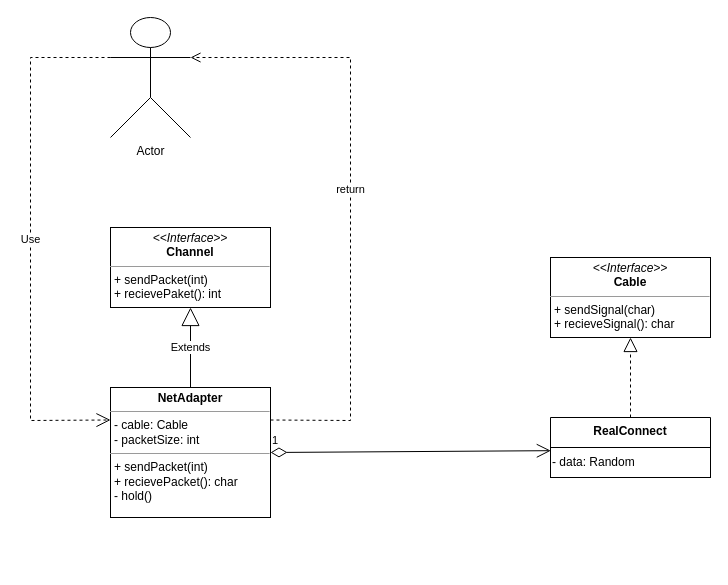
Above: src/structural/adapter/adapter.drawio in SichniyAndriy/Avada_Task-5_Patterns (draw.io), before the change. Source tidied: cells renumbered, new cells numbered last; positions are measured from the earlier drawing's top-left corner, leaving out a move shared by most shapes. Both pictures are drawn from the tidied source at 100%, with x=0, y=0 at pixel (30, 17).
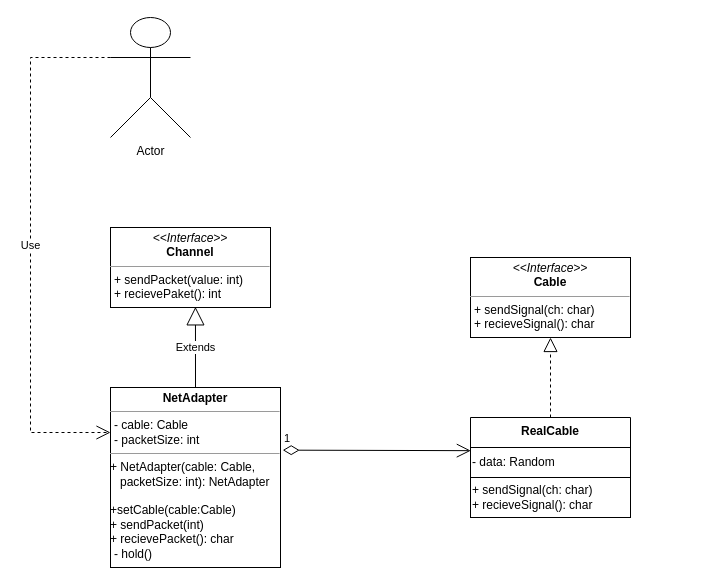
The same page after the edit.

Commit message:
fix adapter diagram

What changed in the source:
```diff
@@
 <mxGraphModel>
   <root>
     <mxCell id="0" />
     <mxCell id="1" parent="0" />
-    <mxCell id="2" value="&lt;p style=&quot;margin:0px;margin-top:4px;text-align:center;&quot;&gt;&lt;i&gt;&amp;lt;&amp;lt;Interface&amp;gt;&amp;gt;&lt;/i&gt;&lt;br&gt;&lt;b&gt;Cable&lt;/b&gt;&lt;/p&gt;&lt;hr size=&quot;1&quot;&gt;&lt;p style=&quot;margin:0px;margin-left:4px;&quot;&gt;+ sendSignal(char)&lt;/p&gt;&lt;p style=&quot;margin:0px;margin-left:4px;&quot;&gt;+ recieveSignal(): char&lt;/p&gt;&lt;p style=&quot;margin:0px;margin-left:4px;&quot;&gt;&lt;br&gt;&lt;/p&gt;" style="verticalAlign=top;align=left;overflow=fill;fontSize=12;fontFamily=Helvetica;html=1;" parent="1" vertex="1">
-      <mxGeometry x="520" y="240" width="160" height="80" as="geometry" />
+    <mxCell id="2" value="&lt;p style=&quot;margin:0px;margin-top:4px;text-align:center;&quot;&gt;&lt;i&gt;&amp;lt;&amp;lt;Interface&amp;gt;&amp;gt;&lt;/i&gt;&lt;br&gt;&lt;b&gt;Cable&lt;/b&gt;&lt;/p&gt;&lt;hr size=&quot;1&quot;&gt;&lt;p style=&quot;margin:0px;margin-left:4px;&quot;&gt;+ sendSignal(ch: char)&lt;/p&gt;&lt;p style=&quot;margin:0px;margin-left:4px;&quot;&gt;+ recieveSignal(): char&lt;/p&gt;&lt;p style=&quot;margin:0px;margin-left:4px;&quot;&gt;&lt;br&gt;&lt;/p&gt;" style="verticalAlign=top;align=left;overflow=fill;fontSize=12;fontFamily=Helvetica;html=1;" parent="1" vertex="1">
+      <mxGeometry x="440" y="240" width="160" height="80" as="geometry" />
     </mxCell>
-    <mxCell id="3" value="&lt;p style=&quot;margin:0px;margin-top:4px;text-align:center;&quot;&gt;&lt;i&gt;&amp;lt;&amp;lt;Interface&amp;gt;&amp;gt;&lt;/i&gt;&lt;br&gt;&lt;b&gt;Channel&lt;/b&gt;&lt;/p&gt;&lt;hr size=&quot;1&quot;&gt;&lt;p style=&quot;margin:0px;margin-left:4px;&quot;&gt;+ sendPacket(int)&lt;br&gt;+ recievePaket(): int&lt;/p&gt;" style="verticalAlign=top;align=left;overflow=fill;fontSize=12;fontFamily=Helvetica;html=1;" parent="1" vertex="1">
+    <mxCell id="3" value="&lt;p style=&quot;margin:0px;margin-top:4px;text-align:center;&quot;&gt;&lt;i&gt;&amp;lt;&amp;lt;Interface&amp;gt;&amp;gt;&lt;/i&gt;&lt;br&gt;&lt;b&gt;Channel&lt;/b&gt;&lt;/p&gt;&lt;hr size=&quot;1&quot;&gt;&lt;p style=&quot;margin:0px;margin-left:4px;&quot;&gt;+ sendPacket(value: int)&lt;br&gt;+ recievePaket(): int&lt;/p&gt;" style="verticalAlign=top;align=left;overflow=fill;fontSize=12;fontFamily=Helvetica;html=1;" parent="1" vertex="1">
       <mxGeometry x="80" y="210" width="160" height="80" as="geometry" />
     </mxCell>
     <mxCell id="4" value="Use" style="endArrow=open;endSize=12;dashed=1;html=1;rounded=0;exitX=0;exitY=0.3333333333333333;exitDx=0;exitDy=0;exitPerimeter=0;entryX=0;entryY=0.25;entryDx=0;entryDy=0;" parent="1" edge="1" source="11" target="5">
       <mxGeometry relative="1" as="geometry">
         <Array as="points">
           <mxPoint y="40" />
-          <mxPoint y="403" />
+          <mxPoint y="415" />
         </Array>
       </mxGeometry>
     </mxCell>
-    <mxCell id="5" value="&lt;p style=&quot;margin:0px;margin-top:4px;text-align:center;&quot;&gt;&lt;b&gt;NetAdapter&lt;/b&gt;&lt;/p&gt;&lt;hr size=&quot;1&quot;&gt;&lt;p style=&quot;margin:0px;margin-left:4px;&quot;&gt;- cable: Cable&lt;br&gt;&lt;/p&gt;&lt;p style=&quot;margin:0px;margin-left:4px;&quot;&gt;- packetSize: int&lt;/p&gt;&lt;hr size=&quot;1&quot;&gt;&lt;p style=&quot;margin:0px;margin-left:4px;&quot;&gt;+ sendPacket(int)&lt;br&gt;+ recievePacket(): char&lt;/p&gt;&lt;p style=&quot;margin:0px;margin-left:4px;&quot;&gt;- hold()&lt;/p&gt;" style="verticalAlign=top;align=left;overflow=fill;fontSize=12;fontFamily=Helvetica;html=1;" parent="1" vertex="1">
-      <mxGeometry x="80" y="370" width="160" height="130" as="geometry" />
+    <mxCell id="5" value="&lt;p style=&quot;margin:0px;margin-top:4px;text-align:center;&quot;&gt;&lt;b&gt;NetAdapter&lt;/b&gt;&lt;/p&gt;&lt;hr size=&quot;1&quot;&gt;&lt;p style=&quot;margin:0px;margin-left:4px;&quot;&gt;- cable: Cable&lt;br&gt;&lt;/p&gt;&lt;p style=&quot;margin:0px;margin-left:4px;&quot;&gt;- packetSize: int&lt;/p&gt;&lt;hr size=&quot;1&quot;&gt;+ NetAdapter(cable: Cable,&lt;br&gt;&amp;nbsp; &amp;nbsp;packetSize: int): NetAdapter&lt;br&gt;&lt;br&gt;+setCable(cable:Cable)&lt;br&gt;&lt;span style=&quot;background-color: initial;&quot;&gt;+ sendPacket(int)&lt;br&gt;&lt;/span&gt;&lt;span style=&quot;background-color: initial;&quot;&gt;+ recievePacket(): char&lt;/span&gt;&lt;span style=&quot;background-color: initial;&quot;&gt;&lt;br&gt;&lt;/span&gt;&lt;p style=&quot;margin:0px;margin-left:4px;&quot;&gt;- hold()&lt;/p&gt;" style="verticalAlign=top;align=left;overflow=fill;fontSize=12;fontFamily=Helvetica;html=1;" parent="1" vertex="1">
+      <mxGeometry x="80" y="370" width="170" height="180" as="geometry" />
     </mxCell>
-    <mxCell id="6" value="Extends" style="endArrow=block;endSize=16;endFill=0;html=1;rounded=0;exitX=0.5;exitY=0;exitDx=0;exitDy=0;entryX=0.5;entryY=1;entryDx=0;entryDy=0;" parent="1" edge="1" source="5" target="3">
+    <mxCell id="6" value="Extends" style="endArrow=block;endSize=16;endFill=0;html=1;rounded=0;exitX=0.5;exitY=0;exitDx=0;exitDy=0;entryX=0.531;entryY=0.992;entryDx=0;entryDy=0;entryPerimeter=0;" parent="1" edge="1" source="5" target="3">
       <mxGeometry relative="1" as="geometry" />
     </mxCell>
     <mxCell id="7" style="endArrow=block;dashed=1;endFill=0;endSize=12;html=1;rounded=0;exitX=0.5;exitY=0;exitDx=0;exitDy=0;entryX=0.5;entryY=1;entryDx=0;entryDy=0;" parent="1" edge="1" source="9" target="2">
       <mxGeometry relative="1" as="geometry" />
     </mxCell>
-    <mxCell id="8" value="1" style="endArrow=open;html=1;endSize=12;startArrow=diamondThin;startSize=14;startFill=0;align=left;verticalAlign=bottom;rounded=0;exitX=1;exitY=0.5;exitDx=0;exitDy=0;entryX=0.002;entryY=0.106;entryDx=0;entryDy=0;entryPerimeter=0;" parent="1" edge="1" source="5" target="10">
+    <mxCell id="8" value="1" style="endArrow=open;html=1;endSize=12;startArrow=diamondThin;startSize=14;startFill=0;align=left;verticalAlign=bottom;rounded=0;entryX=0.002;entryY=0.106;entryDx=0;entryDy=0;entryPerimeter=0;exitX=1.013;exitY=0.348;exitDx=0;exitDy=0;exitPerimeter=0;" parent="1" edge="1" source="5" target="10">
       <mxGeometry x="-1" y="3" relative="1" as="geometry" />
     </mxCell>
-    <mxCell id="9" value="RealConnect" style="swimlane;fontStyle=1;align=center;verticalAlign=top;horizontal=1;startSize=30;rounded=0;" parent="1" vertex="1">
-      <mxGeometry x="520" y="400" width="160" height="60" as="geometry" />
+    <mxCell id="9" value="RealCable" style="swimlane;fontStyle=1;align=center;verticalAlign=top;horizontal=1;startSize=30;rounded=0;" parent="1" vertex="1">
+      <mxGeometry x="440" y="400" width="160" height="100" as="geometry" />
     </mxCell>
     <mxCell id="10" value="- data: Random" style="whiteSpace=wrap;html=1;rounded=0;align=left;" parent="9" vertex="1">
       <mxGeometry y="30" width="160" height="30" as="geometry" />
     </mxCell>
+    <mxCell id="12" value="+ sendSignal(ch: char)&lt;br&gt;+ recieveSignal(): char" style="rounded=0;whiteSpace=wrap;html=1;align=left;" parent="9" vertex="1">
+      <mxGeometry y="60" width="160" height="40" as="geometry" />
+    </mxCell>
     <mxCell id="11" value="Actor" style="shape=umlActor;verticalLabelPosition=bottom;verticalAlign=top;html=1;outlineConnect=0;" parent="1" vertex="1">
       <mxGeometry x="80" width="80" height="120" as="geometry" />
     </mxCell>
-    <mxCell id="12" value="return" style="html=1;verticalAlign=bottom;endArrow=open;dashed=1;endSize=8;rounded=0;exitX=1;exitY=0.25;exitDx=0;exitDy=0;entryX=1;entryY=0.3333333333333333;entryDx=0;entryDy=0;entryPerimeter=0;" parent="1" edge="1" source="5" target="11">
-      <mxGeometry relative="1" as="geometry">
-        <Array as="points">
-          <mxPoint x="320" y="403" />
-          <mxPoint x="320" y="40" />
-        </Array>
-      </mxGeometry>
-    </mxCell>
   </root>
 </mxGraphModel>
```
